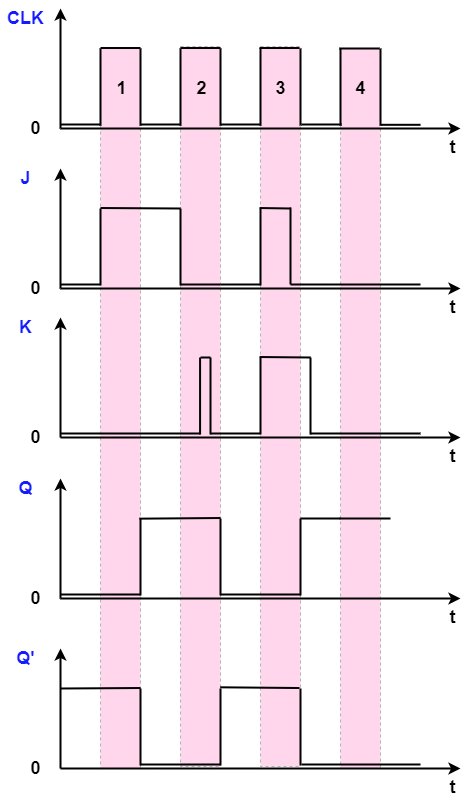
Earlier version of the draw.io export blog/electricity/SR-latch/jk_pulse_trigger.png (zgjsxx/static-img-repo). Source tidied: cells renumbered, new cells last; positions are measured from the earlier drawing's top-left corner, leaving out a move shared by most shapes.
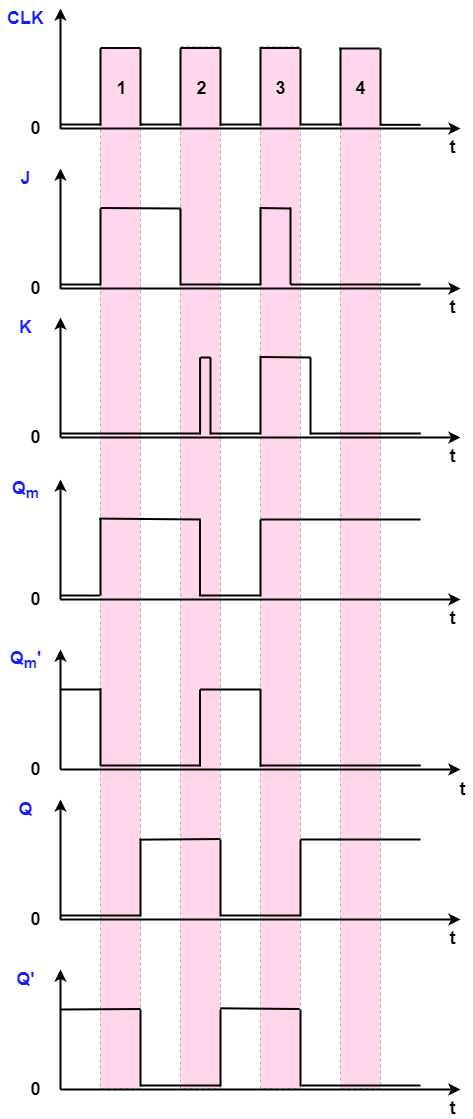
The same diagram one commit later.

Change to the diagram source:
```diff
@@ -3,16 +3,16 @@
     <mxCell id="0" />
     <mxCell id="1" parent="0" />
     <mxCell id="2" style="rounded=0;whiteSpace=wrap;html=1;fontSize=18;fontColor=#000000;strokeColor=#B3B3B3;fillColor=#FFD6EC;dashed=1;" parent="1" vertex="1">
-      <mxGeometry x="340" y="40" width="40" height="720" as="geometry" />
+      <mxGeometry x="340" y="40" width="40" height="1040" as="geometry" />
     </mxCell>
     <mxCell id="3" style="rounded=0;whiteSpace=wrap;html=1;fontSize=18;fontColor=#000000;strokeColor=#B3B3B3;fillColor=#FFD6EC;dashed=1;" parent="1" vertex="1">
-      <mxGeometry x="260" y="38" width="40" height="720" as="geometry" />
+      <mxGeometry x="260" y="38" width="40" height="1042" as="geometry" />
     </mxCell>
     <mxCell id="4" style="rounded=0;whiteSpace=wrap;html=1;fontSize=18;fontColor=#000000;strokeColor=#B3B3B3;fillColor=#FFD6EC;dashed=1;" parent="1" vertex="1">
-      <mxGeometry x="180" y="38" width="40" height="720" as="geometry" />
+      <mxGeometry x="180" y="38" width="40" height="1042" as="geometry" />
     </mxCell>
     <mxCell id="5" style="rounded=0;whiteSpace=wrap;html=1;fontSize=18;fontColor=#000000;strokeColor=#B3B3B3;fillColor=#FFD6EC;dashed=1;" parent="1" vertex="1">
-      <mxGeometry x="100" y="40" width="40" height="720" as="geometry" />
+      <mxGeometry x="100" y="40" width="40" height="1040" as="geometry" />
     </mxCell>
     <mxCell id="6" style="endArrow=classic;html=1;rounded=0;strokeWidth=2;" parent="1" edge="1">
       <mxGeometry relative="1" as="geometry">
@@ -173,9 +173,10 @@
         <mxPoint x="100" y="277" as="targetPoint" />
       </mxGeometry>
     </mxCell>
-    <mxCell id="36" style="endArrow=none;html=1;rounded=0;fontSize=18;fontColor=#000000;strokeWidth=2;entryX=0;entryY=0.225;entryDx=0;entryDy=0;entryPerimeter=0;" parent="1" edge="1" target="4">
+    <mxCell id="36" style="endArrow=none;html=1;rounded=0;fontSize=18;fontColor=#000000;strokeWidth=2;" parent="1" edge="1">
       <mxGeometry relative="1" as="geometry">
         <mxPoint x="100" y="199.5" as="sourcePoint" />
+        <mxPoint x="180" y="200" as="targetPoint" />
       </mxGeometry>
     </mxCell>
     <mxCell id="37" style="endArrow=none;html=1;rounded=0;fontSize=18;fontColor=#000000;strokeWidth=2;" parent="1" edge="1">
@@ -190,9 +191,10 @@
         <mxPoint x="290" y="276" as="targetPoint" />
       </mxGeometry>
     </mxCell>
-    <mxCell id="39" style="endArrow=none;html=1;rounded=0;fontSize=18;fontColor=#000000;strokeWidth=2;entryX=0.75;entryY=0.225;entryDx=0;entryDy=0;entryPerimeter=0;" parent="1" edge="1" target="3">
+    <mxCell id="39" style="endArrow=none;html=1;rounded=0;fontSize=18;fontColor=#000000;strokeWidth=2;" parent="1" edge="1">
       <mxGeometry relative="1" as="geometry">
         <mxPoint x="259" y="199.5" as="sourcePoint" />
+        <mxPoint x="290" y="200" as="targetPoint" />
       </mxGeometry>
     </mxCell>
     <mxCell id="40" style="endArrow=none;html=1;rounded=0;fontSize=18;fontColor=#000000;strokeWidth=2;" parent="1" edge="1">
@@ -284,132 +286,134 @@
     </mxCell>
     <mxCell id="56" style="endArrow=classic;html=1;rounded=0;strokeWidth=2;" parent="1" edge="1">
       <mxGeometry relative="1" as="geometry">
-        <mxPoint x="60" y="590" as="sourcePoint" />
-        <mxPoint x="60" y="470" as="targetPoint" />
+        <mxPoint x="60" y="911" as="sourcePoint" />
+        <mxPoint x="60" y="791" as="targetPoint" />
       </mxGeometry>
     </mxCell>
     <mxCell id="57" style="endArrow=classic;html=1;rounded=0;strokeWidth=2;" parent="1" edge="1">
       <mxGeometry relative="1" as="geometry">
-        <mxPoint x="60" y="590" as="sourcePoint" />
-        <mxPoint x="460" y="590" as="targetPoint" />
+        <mxPoint x="60" y="911" as="sourcePoint" />
+        <mxPoint x="460" y="911" as="targetPoint" />
       </mxGeometry>
     </mxCell>
     <mxCell id="58" value="&lt;font color=&quot;#141cff&quot;&gt;&lt;span style=&quot;font-size: 18px&quot;&gt;&lt;b&gt;Q&lt;/b&gt;&lt;/span&gt;&lt;/font&gt;" style="text;html=1;align=center;verticalAlign=middle;fillColor=none;strokeColor=none;rounded=0;" parent="1" vertex="1">
-      <mxGeometry x="10" y="470" width="30" height="20" as="geometry" />
+      <mxGeometry x="10" y="791" width="30" height="20" as="geometry" />
     </mxCell>
     <mxCell id="59" value="&lt;font style=&quot;font-size: 18px&quot;&gt;&lt;b&gt;0&lt;/b&gt;&lt;/font&gt;" style="text;html=1;align=center;verticalAlign=middle;fillColor=none;strokeColor=none;rounded=0;" parent="1" vertex="1">
-      <mxGeometry x="20" y="580" width="30" height="20" as="geometry" />
+      <mxGeometry x="20" y="901" width="30" height="20" as="geometry" />
     </mxCell>
     <mxCell id="60" value="&lt;span style=&quot;font-size: 18px&quot;&gt;&lt;b&gt;t&lt;/b&gt;&lt;/span&gt;" style="text;html=1;align=center;verticalAlign=middle;fillColor=none;strokeColor=none;rounded=0;" parent="1" vertex="1">
-      <mxGeometry x="442" y="599" width="20" height="20" as="geometry" />
+      <mxGeometry x="442" y="920" width="20" height="20" as="geometry" />
     </mxCell>
     <mxCell id="61" style="endArrow=none;html=1;rounded=0;fontSize=18;fontColor=#000000;strokeWidth=2;" parent="1" edge="1">
       <mxGeometry relative="1" as="geometry">
-        <mxPoint x="60" y="586" as="sourcePoint" />
-        <mxPoint x="140" y="586" as="targetPoint" />
+        <mxPoint x="60" y="907" as="sourcePoint" />
+        <mxPoint x="140" y="907" as="targetPoint" />
       </mxGeometry>
     </mxCell>
     <mxCell id="62" style="endArrow=none;html=1;rounded=0;fontSize=18;fontColor=#000000;strokeWidth=2;" parent="1" edge="1">
       <mxGeometry relative="1" as="geometry">
-        <mxPoint x="140" y="510" as="sourcePoint" />
-        <mxPoint x="140" y="587" as="targetPoint" />
+        <mxPoint x="140" y="831" as="sourcePoint" />
+        <mxPoint x="140" y="908" as="targetPoint" />
       </mxGeometry>
     </mxCell>
     <mxCell id="63" style="endArrow=none;html=1;rounded=0;fontSize=18;fontColor=#000000;strokeWidth=2;" parent="1" edge="1">
       <mxGeometry relative="1" as="geometry">
-        <mxPoint x="220" y="510" as="sourcePoint" />
-        <mxPoint x="220" y="587" as="targetPoint" />
+        <mxPoint x="220" y="831" as="sourcePoint" />
+        <mxPoint x="220" y="908" as="targetPoint" />
       </mxGeometry>
     </mxCell>
-    <mxCell id="64" style="endArrow=none;html=1;rounded=0;fontSize=18;fontColor=#000000;strokeWidth=2;exitX=0.971;exitY=0.653;exitDx=0;exitDy=0;exitPerimeter=0;" parent="1" edge="1" source="5">
+    <mxCell id="64" style="endArrow=none;html=1;rounded=0;fontSize=18;fontColor=#000000;strokeWidth=2;exitX=0.971;exitY=0.653;exitDx=0;exitDy=0;exitPerimeter=0;" parent="1" edge="1">
       <mxGeometry relative="1" as="geometry">
-        <mxPoint x="220" y="509.5" as="targetPoint" />
+        <mxPoint x="138.8" y="831.2" as="sourcePoint" />
+        <mxPoint x="220" y="830.5" as="targetPoint" />
       </mxGeometry>
     </mxCell>
     <mxCell id="65" style="endArrow=none;html=1;rounded=0;fontSize=18;fontColor=#000000;strokeWidth=2;" parent="1" edge="1">
       <mxGeometry relative="1" as="geometry">
-        <mxPoint x="300" y="510" as="sourcePoint" />
-        <mxPoint x="300" y="587" as="targetPoint" />
+        <mxPoint x="300" y="831" as="sourcePoint" />
+        <mxPoint x="300" y="908" as="targetPoint" />
       </mxGeometry>
     </mxCell>
     <mxCell id="66" style="endArrow=none;html=1;rounded=0;fontSize=18;fontColor=#000000;strokeWidth=2;" parent="1" edge="1">
       <mxGeometry relative="1" as="geometry">
-        <mxPoint x="339" y="510" as="sourcePoint" />
-        <mxPoint x="390" y="510" as="targetPoint" />
+        <mxPoint x="339" y="831" as="sourcePoint" />
+        <mxPoint x="420" y="831" as="targetPoint" />
       </mxGeometry>
     </mxCell>
     <mxCell id="67" style="endArrow=none;html=1;rounded=0;fontSize=18;fontColor=#000000;strokeWidth=2;" parent="1" edge="1">
       <mxGeometry relative="1" as="geometry">
-        <mxPoint x="220" y="586" as="sourcePoint" />
-        <mxPoint x="300" y="586" as="targetPoint" />
+        <mxPoint x="220" y="907" as="sourcePoint" />
+        <mxPoint x="300" y="907" as="targetPoint" />
       </mxGeometry>
     </mxCell>
     <mxCell id="68" style="endArrow=none;html=1;rounded=0;fontSize=18;fontColor=#000000;strokeWidth=2;" parent="1" edge="1">
       <mxGeometry relative="1" as="geometry">
-        <mxPoint x="300" y="510" as="sourcePoint" />
-        <mxPoint x="340" y="510" as="targetPoint" />
+        <mxPoint x="300" y="831" as="sourcePoint" />
+        <mxPoint x="340" y="831" as="targetPoint" />
       </mxGeometry>
     </mxCell>
     <mxCell id="69" style="endArrow=classic;html=1;rounded=0;strokeWidth=2;" parent="1" edge="1">
       <mxGeometry relative="1" as="geometry">
-        <mxPoint x="60" y="760" as="sourcePoint" />
-        <mxPoint x="60" y="640" as="targetPoint" />
+        <mxPoint x="60" y="1081" as="sourcePoint" />
+        <mxPoint x="60" y="961" as="targetPoint" />
       </mxGeometry>
     </mxCell>
     <mxCell id="70" style="endArrow=classic;html=1;rounded=0;strokeWidth=2;" parent="1" edge="1">
       <mxGeometry relative="1" as="geometry">
-        <mxPoint x="60" y="760" as="sourcePoint" />
-        <mxPoint x="460" y="760" as="targetPoint" />
+        <mxPoint x="60" y="1081" as="sourcePoint" />
+        <mxPoint x="460" y="1081" as="targetPoint" />
       </mxGeometry>
     </mxCell>
     <mxCell id="71" value="&lt;font color=&quot;#141cff&quot;&gt;&lt;span style=&quot;font-size: 18px&quot;&gt;&lt;b&gt;Q'&lt;/b&gt;&lt;/span&gt;&lt;/font&gt;" style="text;html=1;align=center;verticalAlign=middle;fillColor=none;strokeColor=none;rounded=0;" parent="1" vertex="1">
-      <mxGeometry x="10" y="640" width="30" height="20" as="geometry" />
+      <mxGeometry x="10" y="961" width="30" height="20" as="geometry" />
     </mxCell>
     <mxCell id="72" value="&lt;font style=&quot;font-size: 18px&quot;&gt;&lt;b&gt;0&lt;/b&gt;&lt;/font&gt;" style="text;html=1;align=center;verticalAlign=middle;fillColor=none;strokeColor=none;rounded=0;" parent="1" vertex="1">
-      <mxGeometry x="20" y="750" width="30" height="20" as="geometry" />
+      <mxGeometry x="20" y="1071" width="30" height="20" as="geometry" />
     </mxCell>
     <mxCell id="73" value="&lt;span style=&quot;font-size: 18px&quot;&gt;&lt;b&gt;t&lt;/b&gt;&lt;/span&gt;" style="text;html=1;align=center;verticalAlign=middle;fillColor=none;strokeColor=none;rounded=0;" parent="1" vertex="1">
-      <mxGeometry x="442" y="769" width="20" height="20" as="geometry" />
+      <mxGeometry x="442" y="1090" width="20" height="20" as="geometry" />
     </mxCell>
     <mxCell id="74" style="endArrow=none;html=1;rounded=0;fontSize=18;fontColor=#000000;strokeWidth=2;" parent="1" edge="1">
       <mxGeometry relative="1" as="geometry">
-        <mxPoint x="140" y="680" as="sourcePoint" />
-        <mxPoint x="140" y="757" as="targetPoint" />
+        <mxPoint x="140" y="1001" as="sourcePoint" />
+        <mxPoint x="140" y="1078" as="targetPoint" />
       </mxGeometry>
     </mxCell>
     <mxCell id="75" style="endArrow=none;html=1;rounded=0;fontSize=18;fontColor=#000000;strokeWidth=2;" parent="1" edge="1">
       <mxGeometry relative="1" as="geometry">
-        <mxPoint x="60" y="680" as="sourcePoint" />
-        <mxPoint x="140" y="679.5" as="targetPoint" />
+        <mxPoint x="60" y="1001" as="sourcePoint" />
+        <mxPoint x="140" y="1000.5" as="targetPoint" />
       </mxGeometry>
     </mxCell>
     <mxCell id="76" style="endArrow=none;html=1;rounded=0;fontSize=18;fontColor=#000000;strokeWidth=2;" parent="1" edge="1">
       <mxGeometry relative="1" as="geometry">
-        <mxPoint x="140" y="756" as="sourcePoint" />
-        <mxPoint x="220" y="756" as="targetPoint" />
+        <mxPoint x="140" y="1077" as="sourcePoint" />
+        <mxPoint x="220" y="1077" as="targetPoint" />
       </mxGeometry>
     </mxCell>
     <mxCell id="77" style="endArrow=none;html=1;rounded=0;fontSize=18;fontColor=#000000;strokeWidth=2;" parent="1" edge="1">
       <mxGeometry relative="1" as="geometry">
-        <mxPoint x="220" y="680" as="sourcePoint" />
-        <mxPoint x="220" y="757" as="targetPoint" />
+        <mxPoint x="220" y="1001" as="sourcePoint" />
+        <mxPoint x="220" y="1078" as="targetPoint" />
       </mxGeometry>
     </mxCell>
     <mxCell id="78" style="endArrow=none;html=1;rounded=0;fontSize=18;fontColor=#000000;strokeWidth=2;" parent="1" edge="1">
       <mxGeometry relative="1" as="geometry">
-        <mxPoint x="300" y="680" as="sourcePoint" />
-        <mxPoint x="300" y="757" as="targetPoint" />
+        <mxPoint x="300" y="1001" as="sourcePoint" />
+        <mxPoint x="300" y="1078" as="targetPoint" />
       </mxGeometry>
     </mxCell>
-    <mxCell id="79" style="endArrow=none;html=1;rounded=0;fontSize=18;fontColor=#000000;strokeWidth=2;exitX=0.992;exitY=0.89;exitDx=0;exitDy=0;exitPerimeter=0;" parent="1" edge="1" source="4">
+    <mxCell id="79" style="endArrow=none;html=1;rounded=0;fontSize=18;fontColor=#000000;strokeWidth=2;exitX=0.992;exitY=0.89;exitDx=0;exitDy=0;exitPerimeter=0;" parent="1" edge="1">
       <mxGeometry relative="1" as="geometry">
-        <mxPoint x="299" y="679.5" as="targetPoint" />
+        <mxPoint x="219.7" y="999.8" as="sourcePoint" />
+        <mxPoint x="299" y="1000.5" as="targetPoint" />
       </mxGeometry>
     </mxCell>
     <mxCell id="80" style="endArrow=none;html=1;rounded=0;fontSize=18;fontColor=#000000;strokeWidth=2;" parent="1" edge="1">
       <mxGeometry relative="1" as="geometry">
-        <mxPoint x="301" y="756" as="sourcePoint" />
-        <mxPoint x="420" y="756" as="targetPoint" />
+        <mxPoint x="301" y="1077" as="sourcePoint" />
+        <mxPoint x="420" y="1077" as="targetPoint" />
       </mxGeometry>
     </mxCell>
     <mxCell id="81" style="endArrow=none;html=1;rounded=0;fontSize=18;fontColor=#000000;strokeWidth=2;" parent="1" edge="1">
@@ -433,5 +437,135 @@
     <mxCell id="85" value="&lt;font style=&quot;font-size: 18px&quot;&gt;&lt;b&gt;3&lt;/b&gt;&lt;/font&gt;" style="text;html=1;align=center;verticalAlign=middle;fillColor=none;strokeColor=none;rounded=0;" parent="1" vertex="1">
       <mxGeometry x="264.5" y="70" width="30" height="20" as="geometry" />
     </mxCell>
+    <mxCell id="86" style="endArrow=classic;html=1;rounded=0;strokeWidth=2;" parent="1" edge="1">
+      <mxGeometry relative="1" as="geometry">
+        <mxPoint x="60" y="591" as="sourcePoint" />
+        <mxPoint x="60" y="471" as="targetPoint" />
+      </mxGeometry>
+    </mxCell>
+    <mxCell id="87" style="endArrow=classic;html=1;rounded=0;strokeWidth=2;" parent="1" edge="1">
+      <mxGeometry relative="1" as="geometry">
+        <mxPoint x="60" y="591" as="sourcePoint" />
+        <mxPoint x="460" y="591" as="targetPoint" />
+      </mxGeometry>
+    </mxCell>
+    <mxCell id="88" value="&lt;font color=&quot;#141cff&quot;&gt;&lt;span style=&quot;font-size: 18px&quot;&gt;&lt;b&gt;Q&lt;sub&gt;m&lt;/sub&gt;&lt;/b&gt;&lt;/span&gt;&lt;/font&gt;" style="text;html=1;align=center;verticalAlign=middle;fillColor=none;strokeColor=none;rounded=0;" parent="1" vertex="1">
+      <mxGeometry x="5" y="466" width="40" height="30" as="geometry" />
+    </mxCell>
+    <mxCell id="89" value="&lt;font style=&quot;font-size: 18px&quot;&gt;&lt;b&gt;0&lt;/b&gt;&lt;/font&gt;" style="text;html=1;align=center;verticalAlign=middle;fillColor=none;strokeColor=none;rounded=0;" parent="1" vertex="1">
+      <mxGeometry x="20" y="581" width="30" height="20" as="geometry" />
+    </mxCell>
+    <mxCell id="90" value="&lt;span style=&quot;font-size: 18px&quot;&gt;&lt;b&gt;t&lt;/b&gt;&lt;/span&gt;" style="text;html=1;align=center;verticalAlign=middle;fillColor=none;strokeColor=none;rounded=0;" parent="1" vertex="1">
+      <mxGeometry x="442" y="600" width="20" height="20" as="geometry" />
+    </mxCell>
+    <mxCell id="91" style="endArrow=none;html=1;rounded=0;fontSize=18;fontColor=#000000;strokeWidth=2;entryX=-0.018;entryY=0.526;entryDx=0;entryDy=0;entryPerimeter=0;" parent="1" edge="1" target="5">
+      <mxGeometry relative="1" as="geometry">
+        <mxPoint x="60" y="587" as="sourcePoint" />
+      </mxGeometry>
+    </mxCell>
+    <mxCell id="92" style="endArrow=none;html=1;rounded=0;fontSize=18;fontColor=#000000;strokeWidth=2;" parent="1" edge="1">
+      <mxGeometry relative="1" as="geometry">
+        <mxPoint x="199.5" y="511" as="sourcePoint" />
+        <mxPoint x="199.5" y="588" as="targetPoint" />
+      </mxGeometry>
+    </mxCell>
+    <mxCell id="93" style="endArrow=none;html=1;rounded=0;fontSize=18;fontColor=#000000;strokeWidth=2;exitX=-0.029;exitY=0.452;exitDx=0;exitDy=0;exitPerimeter=0;" parent="1" edge="1" source="5">
+      <mxGeometry relative="1" as="geometry">
+        <mxPoint x="200" y="511" as="targetPoint" />
+      </mxGeometry>
+    </mxCell>
+    <mxCell id="94" style="endArrow=none;html=1;rounded=0;fontSize=18;fontColor=#000000;strokeWidth=2;" parent="1" edge="1">
+      <mxGeometry relative="1" as="geometry">
+        <mxPoint x="260" y="511" as="sourcePoint" />
+        <mxPoint x="260" y="588" as="targetPoint" />
+      </mxGeometry>
+    </mxCell>
+    <mxCell id="95" style="endArrow=none;html=1;rounded=0;fontSize=18;fontColor=#000000;strokeWidth=2;" parent="1" edge="1">
+      <mxGeometry relative="1" as="geometry">
+        <mxPoint x="339" y="511" as="sourcePoint" />
+        <mxPoint x="420" y="511" as="targetPoint" />
+      </mxGeometry>
+    </mxCell>
+    <mxCell id="96" style="endArrow=none;html=1;rounded=0;fontSize=18;fontColor=#000000;strokeWidth=2;" parent="1" edge="1">
+      <mxGeometry relative="1" as="geometry">
+        <mxPoint x="200" y="587" as="sourcePoint" />
+        <mxPoint x="260" y="587" as="targetPoint" />
+      </mxGeometry>
+    </mxCell>
+    <mxCell id="97" style="endArrow=none;html=1;rounded=0;fontSize=18;fontColor=#000000;strokeWidth=2;" parent="1" edge="1">
+      <mxGeometry relative="1" as="geometry">
+        <mxPoint x="260" y="511" as="sourcePoint" />
+        <mxPoint x="340" y="511" as="targetPoint" />
+      </mxGeometry>
+    </mxCell>
+    <mxCell id="98" style="endArrow=classic;html=1;rounded=0;strokeWidth=2;" parent="1" edge="1">
+      <mxGeometry relative="1" as="geometry">
+        <mxPoint x="60" y="761" as="sourcePoint" />
+        <mxPoint x="60" y="641" as="targetPoint" />
+      </mxGeometry>
+    </mxCell>
+    <mxCell id="99" style="endArrow=classic;html=1;rounded=0;strokeWidth=2;" parent="1" edge="1">
+      <mxGeometry relative="1" as="geometry">
+        <mxPoint x="60" y="761" as="sourcePoint" />
+        <mxPoint x="460" y="761" as="targetPoint" />
+      </mxGeometry>
+    </mxCell>
+    <mxCell id="100" value="&lt;b style=&quot;color: rgb(20 , 28 , 255) ; font-size: 18px&quot;&gt;Q&lt;sub&gt;m&lt;/sub&gt;'&lt;/b&gt;" style="text;html=1;align=center;verticalAlign=middle;fillColor=none;strokeColor=none;rounded=0;" parent="1" vertex="1">
+      <mxGeometry y="636" width="50" height="30" as="geometry" />
+    </mxCell>
+    <mxCell id="101" value="&lt;font style=&quot;font-size: 18px&quot;&gt;&lt;b&gt;0&lt;/b&gt;&lt;/font&gt;" style="text;html=1;align=center;verticalAlign=middle;fillColor=none;strokeColor=none;rounded=0;" parent="1" vertex="1">
+      <mxGeometry x="20" y="751" width="30" height="20" as="geometry" />
+    </mxCell>
+    <mxCell id="102" value="&lt;span style=&quot;font-size: 18px&quot;&gt;&lt;b&gt;t&lt;/b&gt;&lt;/span&gt;" style="text;html=1;align=center;verticalAlign=middle;fillColor=none;strokeColor=none;rounded=0;" parent="1" vertex="1">
+      <mxGeometry x="452" y="771" width="20" height="20" as="geometry" />
+    </mxCell>
+    <mxCell id="103" style="endArrow=none;html=1;rounded=0;fontSize=18;fontColor=#000000;strokeWidth=2;" parent="1" edge="1">
+      <mxGeometry relative="1" as="geometry">
+        <mxPoint x="100" y="680" as="sourcePoint" />
+        <mxPoint x="100" y="757" as="targetPoint" />
+      </mxGeometry>
+    </mxCell>
+    <mxCell id="104" style="endArrow=none;html=1;rounded=0;fontSize=18;fontColor=#000000;strokeWidth=2;" parent="1" edge="1">
+      <mxGeometry relative="1" as="geometry">
+        <mxPoint x="60" y="681" as="sourcePoint" />
+        <mxPoint x="100" y="681" as="targetPoint" />
+      </mxGeometry>
+    </mxCell>
+    <mxCell id="105" style="endArrow=none;html=1;rounded=0;fontSize=18;fontColor=#000000;strokeWidth=2;" parent="1" edge="1">
+      <mxGeometry relative="1" as="geometry">
+        <mxPoint x="100" y="757" as="sourcePoint" />
+        <mxPoint x="200" y="757" as="targetPoint" />
+      </mxGeometry>
+    </mxCell>
+    <mxCell id="106" style="endArrow=none;html=1;rounded=0;fontSize=18;fontColor=#000000;strokeWidth=2;" parent="1" edge="1">
+      <mxGeometry relative="1" as="geometry">
+        <mxPoint x="199.5" y="681" as="sourcePoint" />
+        <mxPoint x="199.5" y="758" as="targetPoint" />
+      </mxGeometry>
+    </mxCell>
+    <mxCell id="107" style="endArrow=none;html=1;rounded=0;fontSize=18;fontColor=#000000;strokeWidth=2;" parent="1" edge="1">
+      <mxGeometry relative="1" as="geometry">
+        <mxPoint x="260" y="681" as="sourcePoint" />
+        <mxPoint x="260" y="758" as="targetPoint" />
+      </mxGeometry>
+    </mxCell>
+    <mxCell id="108" style="endArrow=none;html=1;rounded=0;fontSize=18;fontColor=#000000;strokeWidth=2;" parent="1" edge="1">
+      <mxGeometry relative="1" as="geometry">
+        <mxPoint x="200" y="681" as="sourcePoint" />
+        <mxPoint x="260" y="681" as="targetPoint" />
+      </mxGeometry>
+    </mxCell>
+    <mxCell id="109" style="endArrow=none;html=1;rounded=0;fontSize=18;fontColor=#000000;strokeWidth=2;" parent="1" edge="1">
+      <mxGeometry relative="1" as="geometry">
+        <mxPoint x="260" y="757" as="sourcePoint" />
+        <mxPoint x="420" y="757" as="targetPoint" />
+      </mxGeometry>
+    </mxCell>
+    <mxCell id="110" style="endArrow=none;html=1;rounded=0;fontSize=18;fontColor=#000000;strokeWidth=2;" parent="1" edge="1">
+      <mxGeometry relative="1" as="geometry">
+        <mxPoint x="100" y="510" as="sourcePoint" />
+        <mxPoint x="100" y="587" as="targetPoint" />
+      </mxGeometry>
+    </mxCell>
   </root>
 </mxGraphModel>
```
